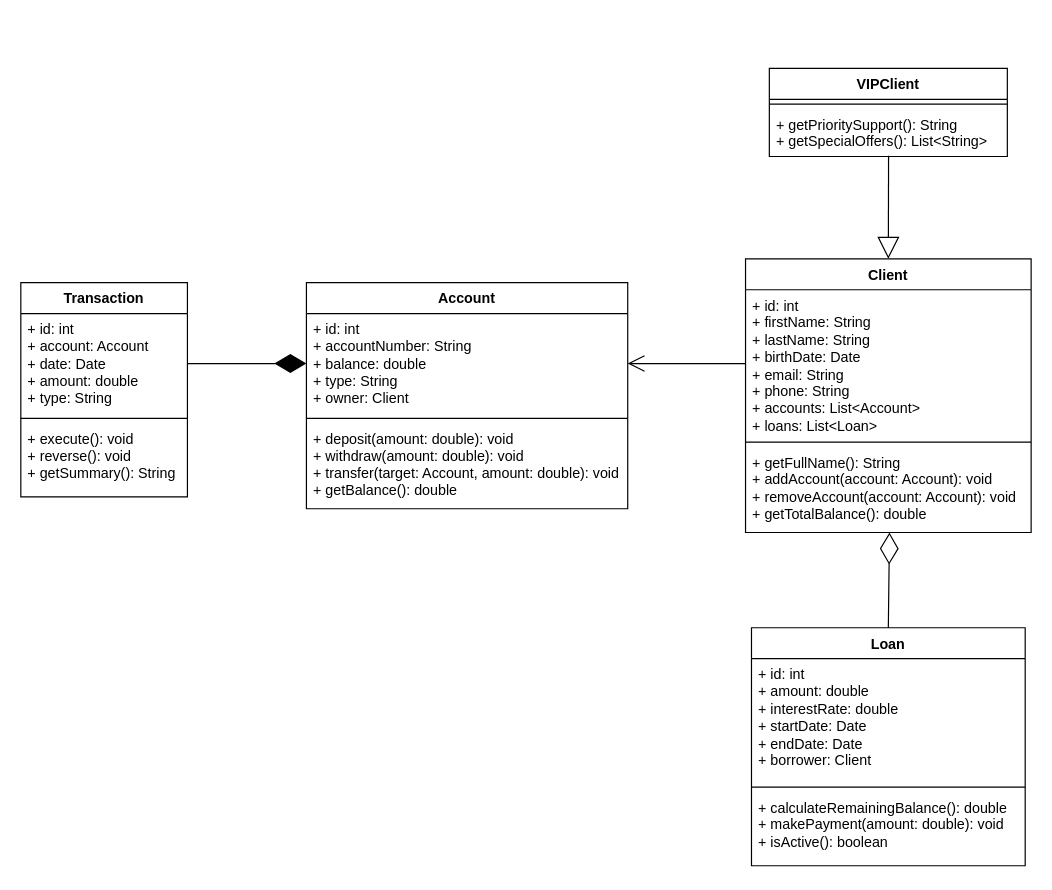
This is task-2/3/client-diagram/client-diagram.drawio from sozozzya/java-cource, a draw.io file, before an edit. Source tidied: cells renumbered, new cells numbered last; positions are measured from the earlier drawing's top-left corner, leaving out a move shared by most shapes. Both pictures are drawn from the tidied source at 119%, with x=0, y=0 at pixel (20, 68).
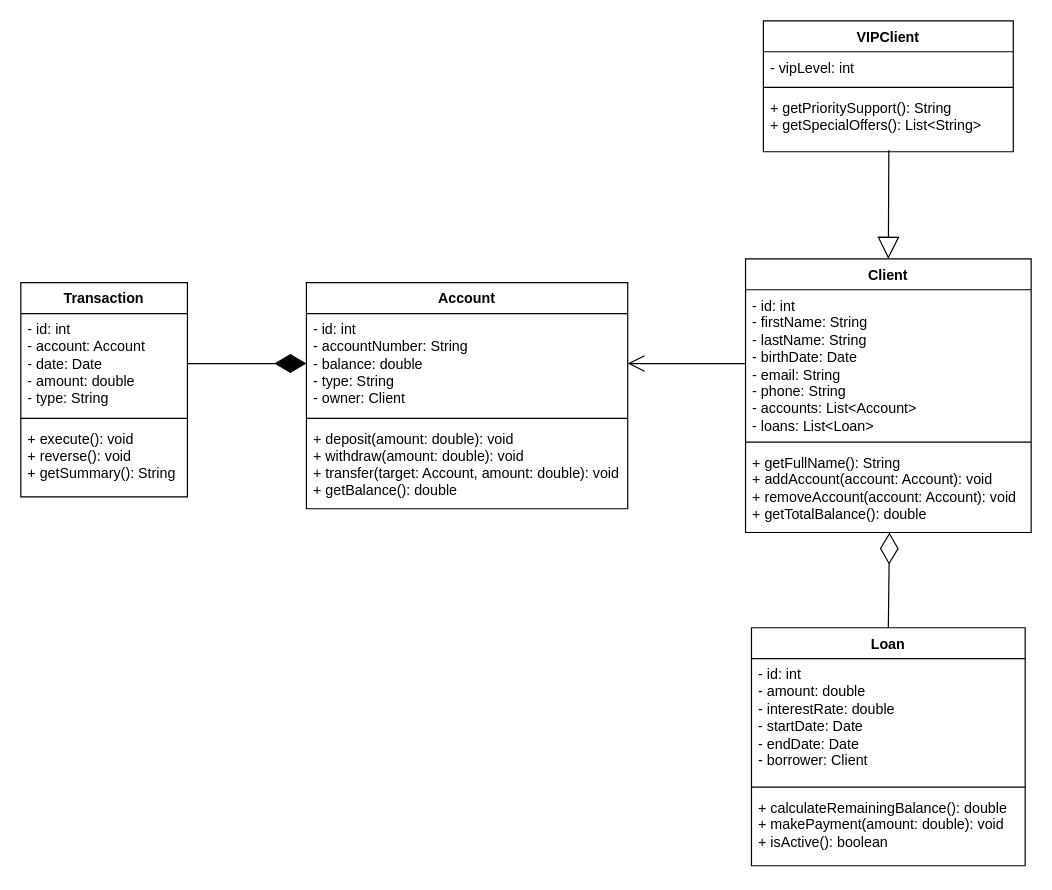
Above is the later version.

Commit message (it also covers changes not shown here):
feat(4): implement detailed UML class diagrams for Tetris game

Unchanged cells that the change refers to:
```xml
<mxCell id="2" value="Client" style="swimlane;fontStyle=1;align=center;verticalAlign=top;horizontal=1;startSize=26;whiteSpace=wrap;html=1;" parent="1" vertex="1">
  <mxGeometry x="609" y="160" width="240" height="230" as="geometry" />
</mxCell>
<mxCell id="6" value="Account" style="swimlane;fontStyle=1;align=center;verticalAlign=top;horizontal=1;startSize=26;whiteSpace=wrap;html=1;" parent="1" vertex="1">
  <mxGeometry x="240" y="180" width="270" height="190" as="geometry" />
</mxCell>
<mxCell id="10" value="Loan" style="swimlane;fontStyle=1;align=center;verticalAlign=top;horizontal=1;startSize=26;whiteSpace=wrap;html=1;" parent="1" vertex="1">
  <mxGeometry x="614" y="470" width="230" height="200" as="geometry" />
</mxCell>
<mxCell id="14" value="Transaction" style="swimlane;fontStyle=1;align=center;verticalAlign=top;horizontal=1;startSize=26;whiteSpace=wrap;html=1;" parent="1" vertex="1">
  <mxGeometry y="180" width="140" height="180" as="geometry" />
</mxCell>
```

Diff of the diagram source:
```diff
@@
-    <mxCell id="3" value="&lt;div&gt;+ id: int&lt;/div&gt;&lt;div&gt;+ firstName: String&lt;/div&gt;&lt;div&gt;+ lastName: String&lt;/div&gt;&lt;div&gt;+ birthDate: Date&lt;/div&gt;&lt;div&gt;+ email: String&lt;/div&gt;&lt;div&gt;+ phone: String&lt;/div&gt;&lt;div&gt;+ accounts: List&amp;lt;Account&amp;gt;&lt;/div&gt;&lt;div&gt;+ loans: List&amp;lt;Loan&amp;gt;&lt;/div&gt;" style="text;strokeColor=none;fillColor=none;align=left;verticalAlign=top;spacingLeft=4;spacingRight=4;overflow=hidden;points=[[0,0.5],[1,0.5]];portConstraint=eastwest;whiteSpace=wrap;html=1;" parent="2" vertex="1">
+    <mxCell id="3" value="&lt;div&gt;- id: int&lt;/div&gt;&lt;div&gt;- firstName: String&lt;/div&gt;&lt;div&gt;- lastName: String&lt;/div&gt;&lt;div&gt;- birthDate: Date&lt;/div&gt;&lt;div&gt;- email: String&lt;/div&gt;&lt;div&gt;- phone: String&lt;/div&gt;&lt;div&gt;- accounts: List&amp;lt;Account&amp;gt;&lt;/div&gt;&lt;div&gt;- loans: List&amp;lt;Loan&amp;gt;&lt;/div&gt;" style="text;strokeColor=none;fillColor=none;align=left;verticalAlign=top;spacingLeft=4;spacingRight=4;overflow=hidden;points=[[0,0.5],[1,0.5]];portConstraint=eastwest;whiteSpace=wrap;html=1;" parent="2" vertex="1">
       <mxGeometry y="26" width="240" height="124" as="geometry" />
     </mxCell>
@@
-    <mxCell id="7" value="&lt;div&gt;+ id: int&lt;/div&gt;&lt;div&gt;+&amp;nbsp;&lt;span style=&quot;background-color: transparent;&quot;&gt;accountNumber: String&lt;/span&gt;&lt;/div&gt;&lt;div&gt;+ balance: double&lt;/div&gt;&lt;div&gt;+ type: String&lt;/div&gt;&lt;div&gt;+ owner: Client&lt;/div&gt;" style="text;strokeColor=none;fillColor=none;align=left;verticalAlign=top;spacingLeft=4;spacingRight=4;overflow=hidden;points=[[0,0.5],[1,0.5]];portConstraint=eastwest;whiteSpace=wrap;html=1;" parent="6" vertex="1">
+    <mxCell id="7" value="&lt;div&gt;- id: int&lt;/div&gt;&lt;div&gt;-&amp;nbsp;&lt;span style=&quot;background-color: transparent;&quot;&gt;accountNumber: String&lt;/span&gt;&lt;/div&gt;&lt;div&gt;- balance: double&lt;/div&gt;&lt;div&gt;- type: String&lt;/div&gt;&lt;div&gt;- owner: Client&lt;/div&gt;" style="text;strokeColor=none;fillColor=none;align=left;verticalAlign=top;spacingLeft=4;spacingRight=4;overflow=hidden;points=[[0,0.5],[1,0.5]];portConstraint=eastwest;whiteSpace=wrap;html=1;" parent="6" vertex="1">
       <mxGeometry y="26" width="270" height="84" as="geometry" />
     </mxCell>
@@
-    <mxCell id="11" value="&lt;div&gt;+&amp;nbsp;&lt;span style=&quot;background-color: transparent;&quot;&gt;id: int&lt;/span&gt;&lt;/div&gt;&lt;div&gt;+ amount: double&lt;/div&gt;&lt;div&gt;+ interestRate: double&lt;/div&gt;&lt;div&gt;+ startDate: Date&lt;/div&gt;&lt;div&gt;+ endDate: Date&lt;/div&gt;&lt;div&gt;+ borrower: Client&lt;/div&gt;" style="text;strokeColor=none;fillColor=none;align=left;verticalAlign=top;spacingLeft=4;spacingRight=4;overflow=hidden;whiteSpace=wrap;html=1;" parent="10" vertex="1">
+    <mxCell id="11" value="&lt;div&gt;-&amp;nbsp;&lt;span style=&quot;background-color: transparent;&quot;&gt;id: int&lt;/span&gt;&lt;/div&gt;&lt;div&gt;- amount: double&lt;/div&gt;&lt;div&gt;- interestRate: double&lt;/div&gt;&lt;div&gt;- startDate: Date&lt;/div&gt;&lt;div&gt;- endDate: Date&lt;/div&gt;&lt;div&gt;- borrower: Client&lt;/div&gt;" style="text;strokeColor=none;fillColor=none;align=left;verticalAlign=top;spacingLeft=4;spacingRight=4;overflow=hidden;whiteSpace=wrap;html=1;" parent="10" vertex="1">
       <mxGeometry y="26" width="230" height="104" as="geometry" />
     </mxCell>
@@
-    <mxCell id="15" value="&lt;div&gt;+&amp;nbsp;&lt;span style=&quot;background-color: transparent;&quot;&gt;id: int&lt;/span&gt;&lt;/div&gt;&lt;div&gt;+ account: Account&lt;/div&gt;&lt;div&gt;+ date: Date&lt;/div&gt;&lt;div&gt;+ amount: double&lt;/div&gt;&lt;div&gt;+ type: String&lt;/div&gt;" style="text;strokeColor=none;fillColor=none;align=left;verticalAlign=top;spacingLeft=4;spacingRight=4;overflow=hidden;points=[[0,0.5],[1,0.5]];portConstraint=eastwest;whiteSpace=wrap;html=1;" parent="14" vertex="1">
+    <mxCell id="15" value="&lt;div&gt;-&amp;nbsp;&lt;span style=&quot;background-color: transparent;&quot;&gt;id: int&lt;/span&gt;&lt;/div&gt;&lt;div&gt;- account: Account&lt;/div&gt;&lt;div&gt;- date: Date&lt;/div&gt;&lt;div&gt;- amount: double&lt;/div&gt;&lt;div&gt;- type: String&lt;/div&gt;" style="text;strokeColor=none;fillColor=none;align=left;verticalAlign=top;spacingLeft=4;spacingRight=4;overflow=hidden;points=[[0,0.5],[1,0.5]];portConstraint=eastwest;whiteSpace=wrap;html=1;" parent="14" vertex="1">
       <mxGeometry y="26" width="140" height="84" as="geometry" />
     </mxCell>
@@
-    <mxCell id="18" value="VIPClient" style="swimlane;fontStyle=1;align=center;verticalAlign=top;horizontal=1;startSize=26;whiteSpace=wrap;html=1;" parent="1" vertex="1">
-      <mxGeometry x="629" width="200" height="74" as="geometry" />
-    </mxCell>
-    <mxCell id="19" style="line;strokeWidth=1;fillColor=none;align=left;verticalAlign=middle;spacingTop=-1;spacingLeft=3;spacingRight=3;labelPosition=right;strokeColor=inherit;" parent="18" vertex="1">
-      <mxGeometry y="26" width="200" height="8" as="geometry" />
-    </mxCell>
-    <mxCell id="20" value="+&amp;nbsp;&lt;span style=&quot;background-color: transparent;&quot;&gt;getPrioritySupport(): String&lt;/span&gt;&lt;div&gt;&lt;span style=&quot;background-color: transparent;&quot;&gt;+ getSpecialOffers(): List&amp;lt;String&amp;gt;&lt;/span&gt;&lt;span style=&quot;background-color: transparent; color: light-dark(rgb(0, 0, 0), rgb(255, 255, 255));&quot;&gt;&amp;nbsp;&lt;/span&gt;&lt;/div&gt;" style="text;strokeColor=none;fillColor=none;align=left;verticalAlign=top;spacingLeft=4;spacingRight=4;overflow=hidden;points=[[0,0.5],[1,0.5]];portConstraint=eastwest;whiteSpace=wrap;html=1;" parent="18" vertex="1">
-      <mxGeometry y="34" width="200" height="40" as="geometry" />
-    </mxCell>
-    <mxCell id="21" style="endArrow=block;endSize=16;endFill=0;html=1;rounded=0;exitX=0.501;exitY=0.985;exitDx=0;exitDy=0;exitPerimeter=0;entryX=0.5;entryY=0;entryDx=0;entryDy=0;" parent="1" edge="1" source="20" target="2">
+    <mxCell id="21" style="endArrow=block;endSize=16;endFill=0;html=1;rounded=0;exitX=0.502;exitY=0.975;exitDx=0;exitDy=0;exitPerimeter=0;entryX=0.5;entryY=0;entryDx=0;entryDy=0;" parent="1" edge="1" source="20" target="2">
       <mxGeometry relative="1" as="geometry" />
     </mxCell>
@@
+    <mxCell id="18" value="VIPClient" style="swimlane;fontStyle=1;align=center;verticalAlign=top;horizontal=1;startSize=26;whiteSpace=wrap;html=1;" parent="1" vertex="1">
+      <mxGeometry x="624" y="-40" width="210" height="110" as="geometry" />
+    </mxCell>
+    <mxCell id="25" value="- vipLevel: int" style="text;strokeColor=none;fillColor=none;align=left;verticalAlign=top;spacingLeft=4;spacingRight=4;overflow=hidden;whiteSpace=wrap;html=1;" parent="18" vertex="1">
+      <mxGeometry y="26" width="210" height="26" as="geometry" />
+    </mxCell>
+    <mxCell id="26" style="line;strokeWidth=1;fillColor=none;align=left;verticalAlign=middle;spacingTop=-1;spacingLeft=3;spacingRight=3;labelPosition=right;strokeColor=inherit;" parent="18" vertex="1">
+      <mxGeometry y="52" width="210" height="8" as="geometry" />
+    </mxCell>
+    <mxCell id="20" value="+&amp;nbsp;&lt;span style=&quot;background-color: transparent;&quot;&gt;getPrioritySupport(): String&lt;/span&gt;&lt;div&gt;&lt;span style=&quot;background-color: transparent;&quot;&gt;+ getSpecialOffers(): List&amp;lt;String&amp;gt;&lt;/span&gt;&lt;span style=&quot;background-color: transparent; color: light-dark(rgb(0, 0, 0), rgb(255, 255, 255));&quot;&gt;&amp;nbsp;&lt;/span&gt;&lt;/div&gt;" style="text;strokeColor=none;fillColor=none;align=left;verticalAlign=top;spacingLeft=4;spacingRight=4;overflow=hidden;points=[[0,0.5],[1,0.5]];portConstraint=eastwest;whiteSpace=wrap;html=1;" parent="18" vertex="1">
+      <mxGeometry y="60" width="210" height="50" as="geometry" />
+    </mxCell>
```
